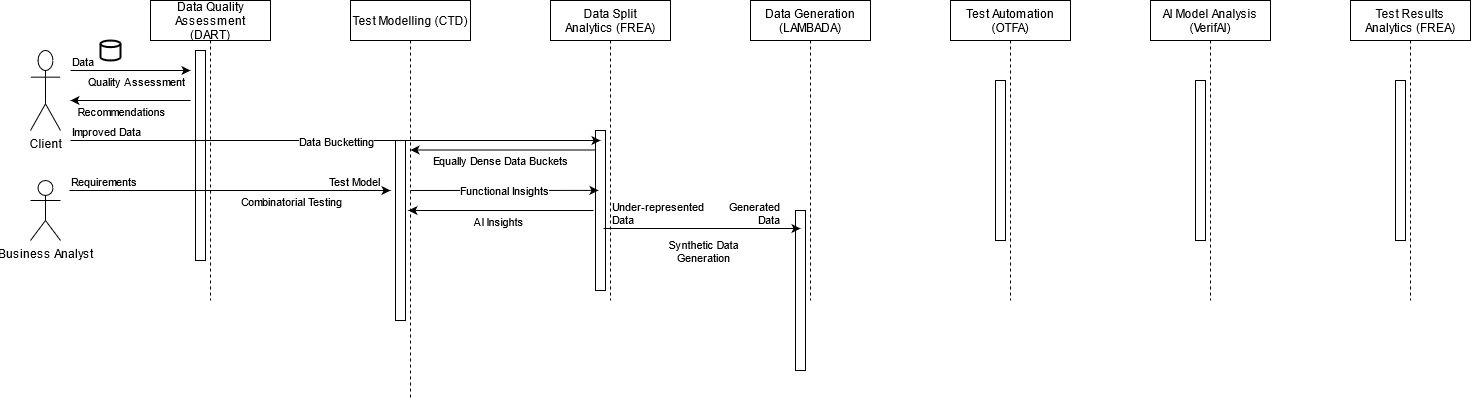
The draw.io diagram FACT Process Flow.png in ilanjaya/TestCOE, before a commit. Source tidied: cells renumbered, new cells last; positions are measured from the earlier drawing's top-left corner, leaving out a move shared by most shapes.
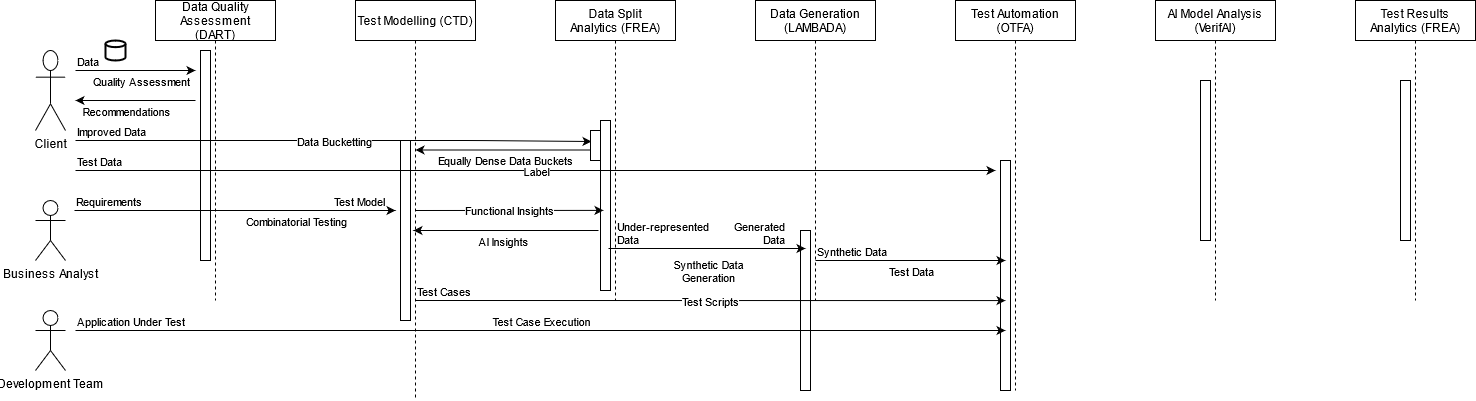
The same diagram one commit later.

What changed in the source:
```diff
@@ -18,19 +18,19 @@
       <mxGeometry x="520" width="120" height="300" as="geometry" />
     </mxCell>
     <mxCell id="7" style="perimeter=orthogonalPerimeter;rounded=0;shadow=0;strokeWidth=1;" parent="6" vertex="1">
-      <mxGeometry x="45" y="130" width="10" height="160" as="geometry" />
+      <mxGeometry x="45" y="120" width="10" height="170" as="geometry" />
     </mxCell>
     <mxCell id="8" value="Data Generation&#10;(LAMBADA)" style="shape=umlLifeline;perimeter=lifelinePerimeter;rounded=0;shadow=0;strokeWidth=1;" parent="1" vertex="1">
       <mxGeometry x="720" width="120" height="300" as="geometry" />
     </mxCell>
     <mxCell id="9" style="perimeter=orthogonalPerimeter;rounded=0;shadow=0;strokeWidth=1;" parent="8" vertex="1">
-      <mxGeometry x="45" y="210" width="10" height="160" as="geometry" />
+      <mxGeometry x="45" y="230" width="10" height="160" as="geometry" />
     </mxCell>
     <mxCell id="10" value="Test Automation &#10;(OTFA)" style="shape=umlLifeline;perimeter=lifelinePerimeter;rounded=0;shadow=0;strokeWidth=1;" parent="1" vertex="1">
-      <mxGeometry x="920" width="120" height="300" as="geometry" />
+      <mxGeometry x="920" width="120" height="390" as="geometry" />
     </mxCell>
     <mxCell id="11" style="points=[];perimeter=orthogonalPerimeter;rounded=0;shadow=0;strokeWidth=1;" parent="10" vertex="1">
-      <mxGeometry x="45" y="80" width="10" height="160" as="geometry" />
+      <mxGeometry x="45" y="160" width="10" height="230" as="geometry" />
     </mxCell>
     <mxCell id="12" value="AI Model Analysis &#10;(VerifAI)" style="shape=umlLifeline;perimeter=lifelinePerimeter;rounded=0;shadow=0;strokeWidth=1;" parent="1" vertex="1">
       <mxGeometry x="1120" width="120" height="300" as="geometry" />
@@ -43,8 +43,8 @@
     </mxCell>
     <mxCell id="15" style="endArrow=classic;html=1;" parent="1" edge="1">
       <mxGeometry relative="1" as="geometry">
-        <mxPoint x="39" y="190" as="sourcePoint" />
-        <mxPoint x="360" y="190" as="targetPoint" />
+        <mxPoint x="39" y="210" as="sourcePoint" />
+        <mxPoint x="360" y="210" as="targetPoint" />
       </mxGeometry>
     </mxCell>
     <mxCell id="16" value="&lt;div&gt;Combinatorial Testing&lt;/div&gt;" style="edgeLabel;html=1;align=center;verticalAlign=middle;" parent="15" vertex="1">
@@ -62,8 +62,8 @@
     </mxCell>
     <mxCell id="19" style="endArrow=classic;html=1;entryX=0.4;entryY=0.533;entryDx=0;entryDy=0;entryPerimeter=0;" parent="1" edge="1">
       <mxGeometry relative="1" as="geometry">
-        <mxPoint x="380" y="190" as="sourcePoint" />
-        <mxPoint x="568" y="189.9" as="targetPoint" />
+        <mxPoint x="380" y="210" as="sourcePoint" />
+        <mxPoint x="568" y="209.9" as="targetPoint" />
       </mxGeometry>
     </mxCell>
     <mxCell id="20" value="Functional Insights" style="edgeLabel;html=1;align=center;verticalAlign=middle;" parent="19" vertex="1">
@@ -71,8 +71,8 @@
     </mxCell>
     <mxCell id="21" style="endArrow=classic;html=1;exitX=0.43;exitY=0.583;exitDx=0;exitDy=0;exitPerimeter=0;entryX=0.483;entryY=0.5;entryDx=0;entryDy=0;entryPerimeter=0;" parent="1" edge="1">
       <mxGeometry relative="1" as="geometry">
-        <mxPoint x="563" y="210" as="sourcePoint" />
-        <mxPoint x="378" y="210" as="targetPoint" />
+        <mxPoint x="563" y="230" as="sourcePoint" />
+        <mxPoint x="378" y="230" as="targetPoint" />
       </mxGeometry>
     </mxCell>
     <mxCell id="22" value="&lt;div&gt;AI Insights&lt;/div&gt;" style="edgeLabel;html=1;align=center;verticalAlign=middle;" parent="21" vertex="1">
@@ -117,10 +117,9 @@
     <mxCell id="30" style="perimeter=orthogonalPerimeter;rounded=0;shadow=0;strokeWidth=1;" parent="29" vertex="1">
       <mxGeometry x="45" y="80" width="10" height="160" as="geometry" />
     </mxCell>
-    <mxCell id="31" style="endArrow=classic;html=1;" parent="1" edge="1">
+    <mxCell id="31" style="endArrow=classic;html=1;entryX=0.1;entryY=0.367;entryDx=0;entryDy=0;entryPerimeter=0;" parent="1" edge="1" target="45">
       <mxGeometry relative="1" as="geometry">
         <mxPoint x="40" y="140" as="sourcePoint" />
-        <mxPoint x="570" y="140" as="targetPoint" />
         <Array as="points">
           <mxPoint x="440" y="140" />
         </Array>
@@ -133,12 +132,12 @@
       <mxGeometry x="-1" relative="1" as="geometry" />
     </mxCell>
     <mxCell id="34" value="Business Analyst" style="shape=umlActor;verticalLabelPosition=bottom;verticalAlign=top;html=1;" parent="1" vertex="1">
-      <mxGeometry y="180" width="30" height="60" as="geometry" />
+      <mxGeometry y="200" width="30" height="60" as="geometry" />
     </mxCell>
     <mxCell id="35" style="endArrow=classic;html=1;exitX=0.8;exitY=0.8;exitDx=0;exitDy=0;exitPerimeter=0;" parent="1" edge="1">
       <mxGeometry relative="1" as="geometry">
-        <mxPoint x="573" y="228" as="sourcePoint" />
-        <mxPoint x="770" y="228" as="targetPoint" />
+        <mxPoint x="573" y="248" as="sourcePoint" />
+        <mxPoint x="770" y="248" as="targetPoint" />
       </mxGeometry>
     </mxCell>
     <mxCell id="36" value="&lt;div&gt;Synthetic Data &lt;br&gt;&lt;/div&gt;&lt;div&gt;Generation&lt;/div&gt;" style="edgeLabel;html=1;align=center;verticalAlign=middle;" parent="35" vertex="1">
@@ -167,5 +166,62 @@
         <mxPoint x="-3" y="10" as="offset" />
       </mxGeometry>
     </mxCell>
+    <mxCell id="41" value="Development Team" style="shape=umlActor;verticalLabelPosition=bottom;verticalAlign=top;html=1;" parent="1" vertex="1">
+      <mxGeometry y="310" width="30" height="60" as="geometry" />
+    </mxCell>
+    <mxCell id="42" style="endArrow=classic;html=1;" parent="1" edge="1">
+      <mxGeometry relative="1" as="geometry">
+        <mxPoint x="780" y="260" as="sourcePoint" />
+        <mxPoint x="970" y="260" as="targetPoint" />
+      </mxGeometry>
+    </mxCell>
+    <mxCell id="43" value="Test Data" style="edgeLabel;html=1;align=center;verticalAlign=middle;" parent="42" vertex="1">
+      <mxGeometry relative="1" as="geometry">
+        <mxPoint y="10" as="offset" />
+      </mxGeometry>
+    </mxCell>
+    <mxCell id="44" value="Synthetic Data" style="edgeLabel;html=1;align=left;verticalAlign=bottom;" parent="42" vertex="1">
+      <mxGeometry x="-1" relative="1" as="geometry" />
+    </mxCell>
+    <mxCell id="45" style="points=[];perimeter=orthogonalPerimeter;rounded=0;shadow=0;strokeWidth=1;" parent="1" vertex="1">
+      <mxGeometry x="555" y="130" width="10" height="30" as="geometry" />
+    </mxCell>
+    <mxCell id="46" style="endArrow=classic;html=1;" parent="1" edge="1">
+      <mxGeometry relative="1" as="geometry">
+        <mxPoint x="40" y="170" as="sourcePoint" />
+        <mxPoint x="960" y="170" as="targetPoint" />
+      </mxGeometry>
+    </mxCell>
+    <mxCell id="47" value="Label" style="edgeLabel;html=1;align=center;verticalAlign=middle;" parent="46" vertex="1">
+      <mxGeometry relative="1" as="geometry" />
+    </mxCell>
+    <mxCell id="48" value="Test Data" style="edgeLabel;html=1;align=left;verticalAlign=bottom;" parent="46" vertex="1">
+      <mxGeometry x="-1" relative="1" as="geometry" />
+    </mxCell>
+    <mxCell id="49" style="endArrow=classic;html=1;" parent="1" edge="1">
+      <mxGeometry relative="1" as="geometry">
+        <mxPoint x="40" y="330" as="sourcePoint" />
+        <mxPoint x="970" y="330" as="targetPoint" />
+      </mxGeometry>
+    </mxCell>
+    <mxCell id="50" value="Test Case Execution" style="edgeLabel;html=1;align=center;verticalAlign=middle;" parent="49" vertex="1">
+      <mxGeometry relative="1" as="geometry">
+        <mxPoint y="-10" as="offset" />
+      </mxGeometry>
+    </mxCell>
+    <mxCell id="51" value="Application Under Test" style="edgeLabel;html=1;align=left;verticalAlign=bottom;" parent="49" vertex="1">
+      <mxGeometry x="-1" relative="1" as="geometry" />
+    </mxCell>
+    <mxCell id="52" style="endArrow=classic;html=1;entryX=0.5;entryY=0.609;entryDx=0;entryDy=0;entryPerimeter=0;" parent="1" edge="1" target="11">
+      <mxGeometry relative="1" as="geometry">
+        <mxPoint x="380" y="300" as="sourcePoint" />
+      </mxGeometry>
+    </mxCell>
+    <mxCell id="53" value="Test Scripts" style="edgeLabel;html=1;align=center;verticalAlign=middle;" parent="52" vertex="1">
+      <mxGeometry relative="1" as="geometry" />
+    </mxCell>
+    <mxCell id="54" value="Test Cases" style="edgeLabel;html=1;align=left;verticalAlign=bottom;" parent="52" vertex="1">
+      <mxGeometry x="-1" relative="1" as="geometry" />
+    </mxCell>
   </root>
 </mxGraphModel>
```
